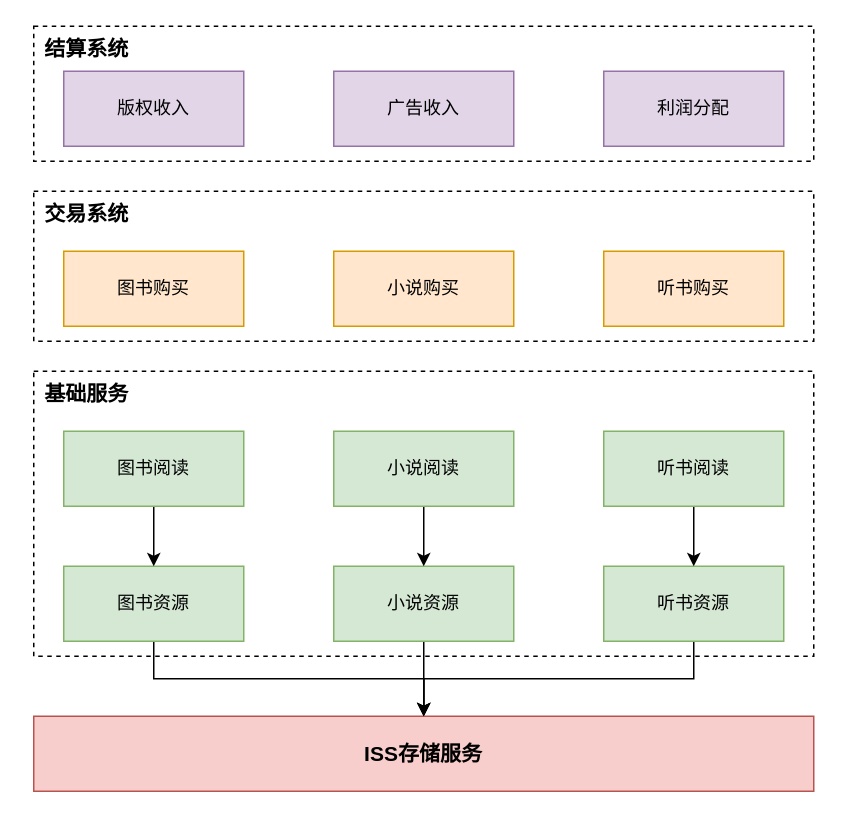
Before: iss服务重要性.drawio in Floweryu/my-diagrams, a draw.io diagram. Source tidied: cells renumbered, new cells numbered last; positions are measured from the earlier drawing's top-left corner, leaving out a move shared by most shapes. Both pictures are drawn from the tidied source at 150%, with x=0, y=0 at pixel (26, 26).
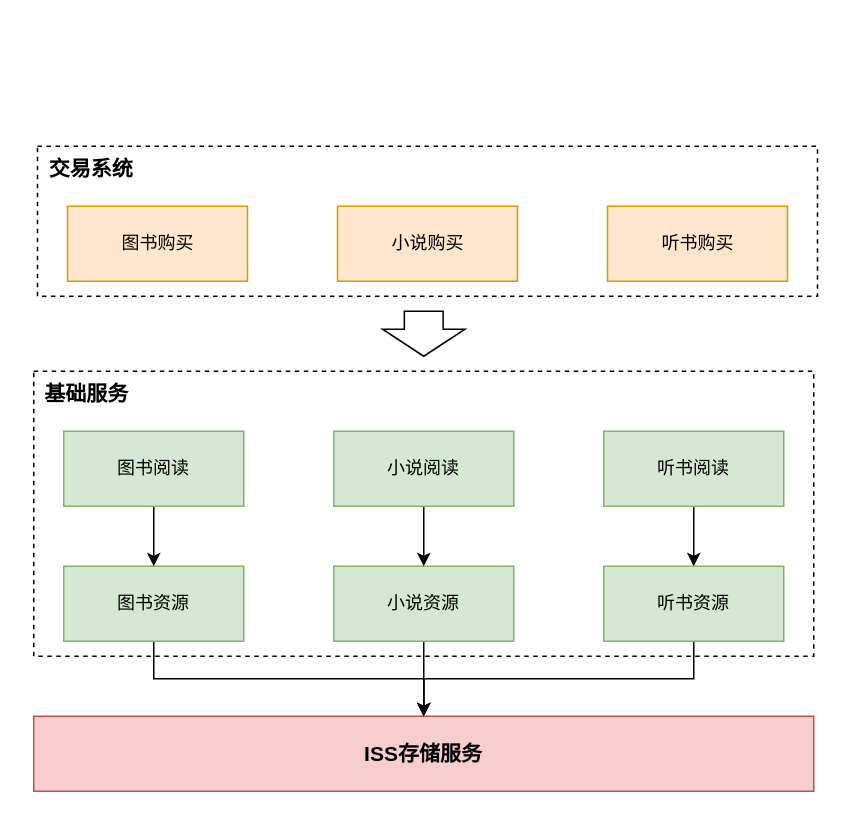
The same diagram, later.

Commit message:
更新iss服务重要性.drawio

The edit, as a diff of the source:
```diff
@@
-    <mxCell id="3" style="rounded=0;whiteSpace=wrap;html=1;dashed=1;" parent="1" vertex="1">
-      <mxGeometry x="5" width="520" height="90" as="geometry" />
-    </mxCell>
     <mxCell id="4" style="rounded=0;whiteSpace=wrap;html=1;dashed=1;" parent="1" vertex="1">
-      <mxGeometry x="5" y="110" width="520" height="100" as="geometry" />
+      <mxGeometry x="7.5" y="80" width="520" height="100" as="geometry" />
     </mxCell>
@@
     <mxCell id="18" value="图书购买" style="rounded=0;whiteSpace=wrap;html=1;fillColor=#ffe6cc;strokeColor=#d79b00;" parent="1" vertex="1">
-      <mxGeometry x="25" y="150" width="120" height="50" as="geometry" />
+      <mxGeometry x="27.5" y="120" width="120" height="50" as="geometry" />
     </mxCell>
-    <mxCell id="19" value="利润分配" style="rounded=0;whiteSpace=wrap;html=1;fillColor=#e1d5e7;strokeColor=#9673a6;" parent="1" vertex="1">
-      <mxGeometry x="385" y="30" width="120" height="50" as="geometry" />
-    </mxCell>
-    <mxCell id="20" value="版权收入" style="rounded=0;whiteSpace=wrap;html=1;fillColor=#e1d5e7;strokeColor=#9673a6;" parent="1" vertex="1">
-      <mxGeometry x="25" y="30" width="120" height="50" as="geometry" />
-    </mxCell>
     <mxCell id="21" value="小说购买" style="rounded=0;whiteSpace=wrap;html=1;fillColor=#ffe6cc;strokeColor=#d79b00;" parent="1" vertex="1">
-      <mxGeometry x="205" y="150" width="120" height="50" as="geometry" />
+      <mxGeometry x="207.5" y="120" width="120" height="50" as="geometry" />
     </mxCell>
     <mxCell id="22" value="听书购买" style="rounded=0;whiteSpace=wrap;html=1;fillColor=#ffe6cc;strokeColor=#d79b00;" parent="1" vertex="1">
-      <mxGeometry x="385" y="150" width="120" height="50" as="geometry" />
+      <mxGeometry x="387.5" y="120" width="120" height="50" as="geometry" />
     </mxCell>
     <mxCell id="23" value="&lt;font style=&quot;font-size: 14px;&quot;&gt;&lt;b&gt;交易系统&lt;/b&gt;&lt;/font&gt;" style="text;html=1;align=center;verticalAlign=middle;strokeColor=none;fillColor=none;" parent="1" vertex="1">
-      <mxGeometry y="110" width="80" height="30" as="geometry" />
+      <mxGeometry x="2.5" y="80" width="80" height="30" as="geometry" />
     </mxCell>
-    <mxCell id="24" value="广告收入" style="rounded=0;whiteSpace=wrap;html=1;fillColor=#e1d5e7;strokeColor=#9673a6;" parent="1" vertex="1">
-      <mxGeometry x="205" y="30" width="120" height="50" as="geometry" />
-    </mxCell>
-    <mxCell id="25" value="&lt;font style=&quot;font-size: 14px;&quot;&gt;&lt;b&gt;结算系统&lt;/b&gt;&lt;/font&gt;" style="text;html=1;align=center;verticalAlign=middle;strokeColor=none;fillColor=none;" parent="1" vertex="1">
-      <mxGeometry width="80" height="30" as="geometry" />
-    </mxCell>
@@
+    <mxCell id="27" style="html=1;shadow=0;dashed=0;align=center;verticalAlign=middle;shape=mxgraph.arrows2.arrow;dy=0.53;dx=18;notch=0;direction=south;" parent="1" vertex="1">
+      <mxGeometry x="237.5" y="190" width="55" height="30" as="geometry" />
+    </mxCell>
```
